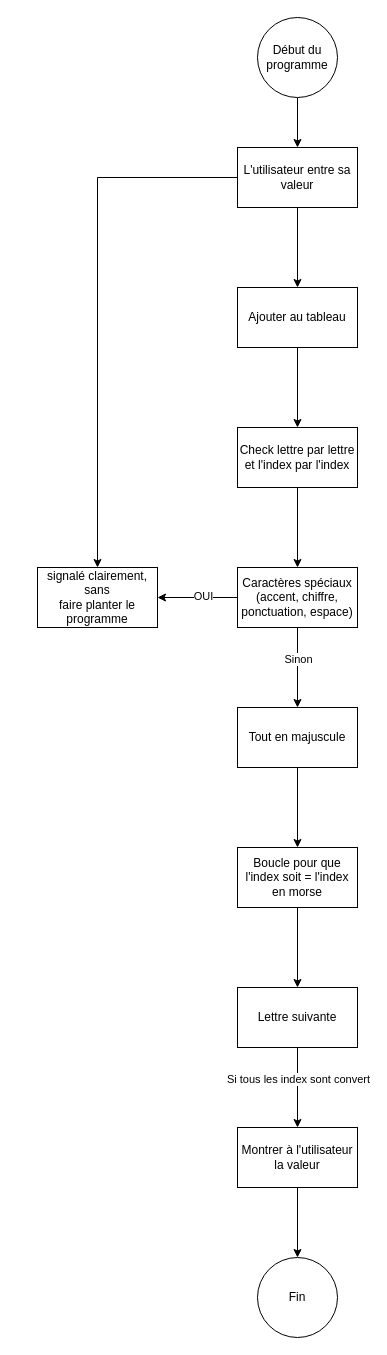
Agashae/P_114 keeps this draw.io diagram as P_114_Diagramme.drawio. Above is the earlier version. Source tidied: cells renumbered, new cells numbered last; positions are measured from the earlier drawing's top-left corner, leaving out a move shared by most shapes. Both pictures are drawn from the tidied source at 100%, with x=0, y=0 at pixel (37, 17).
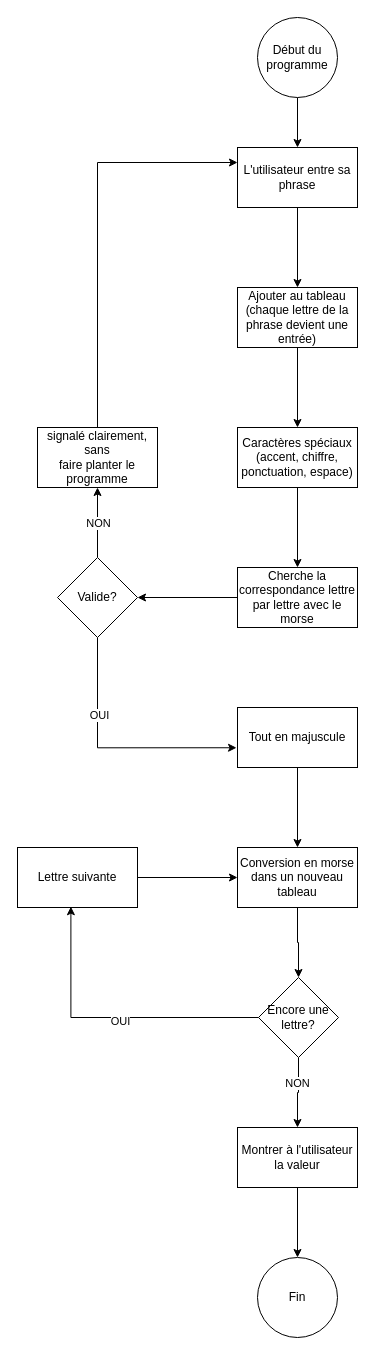
Above is the later version.

Unchanged cells that the change refers to:
```xml
<mxCell id="18" value="Tout en majuscule" style="whiteSpace=wrap;html=1;rounded=0;" parent="1" vertex="1">
  <mxGeometry x="200" y="690" width="120" height="60" as="geometry" />
</mxCell>
<mxCell id="25" value="Montrer à l'utilisateur la valeur" style="whiteSpace=wrap;html=1;rounded=0;" parent="1" vertex="1">
  <mxGeometry x="200" y="1110" width="120" height="60" as="geometry" />
</mxCell>
```

Diff of the diagram source:
```diff
@@
-    <mxCell id="5" style="edgeStyle=orthogonalEdgeStyle;rounded=0;jettySize=auto;html=1;" parent="1" edge="1" source="6" target="16">
-      <mxGeometry relative="1" as="geometry" />
-    </mxCell>
-    <mxCell id="6" value="L'utilisateur entre sa valeur" style="rounded=0;whiteSpace=wrap;html=1;" parent="1" vertex="1">
+    <mxCell id="6" value="L'utilisateur entre sa phrase" style="rounded=0;whiteSpace=wrap;html=1;" parent="1" vertex="1">
       <mxGeometry x="200" y="130" width="120" height="60" as="geometry" />
     </mxCell>
-    <mxCell id="7" style="edgeStyle=orthogonalEdgeStyle;rounded=0;jettySize=auto;html=1;" parent="1" edge="1" source="8" target="10">
-      <mxGeometry relative="1" as="geometry" />
-    </mxCell>
+    <mxCell id="27" style="edgeStyle=orthogonalEdgeStyle;rounded=0;jettySize=auto;html=1;" parent="1" edge="1" source="8" target="15">
+      <mxGeometry relative="1" as="geometry" />
+    </mxCell>
-    <mxCell id="8" value="Ajouter au tableau" style="whiteSpace=wrap;html=1;rounded=0;" parent="1" vertex="1">
+    <mxCell id="8" value="Ajouter au tableau (chaque lettre de la phrase devient une entrée)" style="whiteSpace=wrap;html=1;rounded=0;" parent="1" vertex="1">
       <mxGeometry x="200" y="270" width="120" height="60" as="geometry" />
     </mxCell>
-    <mxCell id="9" style="edgeStyle=orthogonalEdgeStyle;rounded=0;jettySize=auto;html=1;" parent="1" edge="1" source="10" target="15">
-      <mxGeometry relative="1" as="geometry" />
-    </mxCell>
+    <mxCell id="28" style="edgeStyle=orthogonalEdgeStyle;rounded=0;jettySize=auto;html=1;entryX=1;entryY=0.5;entryDx=0;entryDy=0;" parent="1" edge="1" source="10" target="37">
+      <mxGeometry relative="1" as="geometry" />
+    </mxCell>
-    <mxCell id="10" value="Check lettre par lettre et l'index par l'index" style="whiteSpace=wrap;html=1;rounded=0;" parent="1" vertex="1">
-      <mxGeometry x="200" y="410" width="120" height="60" as="geometry" />
+    <mxCell id="10" value="Cherche la correspondance lettre par lettre avec le morse" style="whiteSpace=wrap;html=1;rounded=0;" parent="1" vertex="1">
+      <mxGeometry x="200" y="550" width="120" height="60" as="geometry" />
     </mxCell>
-    <mxCell id="11" style="edgeStyle=orthogonalEdgeStyle;rounded=0;jettySize=auto;html=1;" parent="1" edge="1" source="15" target="16">
-      <mxGeometry relative="1" as="geometry" />
-    </mxCell>
-    <mxCell id="12" value="OUI" style="edgeLabel;html=1;align=center;verticalAlign=middle;" parent="11" vertex="1">
-      <mxGeometry x="-0.12" y="-2" relative="1" as="geometry" />
-    </mxCell>
-    <mxCell id="13" style="edgeStyle=orthogonalEdgeStyle;rounded=0;jettySize=auto;html=1;" parent="1" edge="1" source="15" target="18">
-      <mxGeometry relative="1" as="geometry" />
-    </mxCell>
-    <mxCell id="14" value="Sinon" style="edgeLabel;html=1;align=center;verticalAlign=middle;" parent="13" vertex="1">
-      <mxGeometry x="-0.22" relative="1" as="geometry" />
-    </mxCell>
+    <mxCell id="29" style="edgeStyle=orthogonalEdgeStyle;rounded=0;jettySize=auto;html=1;entryX=0.5;entryY=0;entryDx=0;entryDy=0;" parent="1" edge="1" source="15" target="10">
+      <mxGeometry relative="1" as="geometry" />
+    </mxCell>
     <mxCell id="15" value="Caractères spéciaux (accent, chiffre, ponctuation, espace)" style="whiteSpace=wrap;html=1;rounded=0;" parent="1" vertex="1">
-      <mxGeometry x="200" y="550" width="120" height="60" as="geometry" />
+      <mxGeometry x="200" y="410" width="120" height="60" as="geometry" />
     </mxCell>
+    <mxCell id="30" style="edgeStyle=orthogonalEdgeStyle;rounded=0;jettySize=auto;html=1;entryX=0;entryY=0.25;entryDx=0;entryDy=0;exitX=0.5;exitY=0;exitDx=0;exitDy=0;" parent="1" edge="1" source="16" target="6">
+      <mxGeometry relative="1" as="geometry" />
+    </mxCell>
     <mxCell id="16" value="signalé clairement, sans&lt;br/&gt;faire planter le programme" style="whiteSpace=wrap;html=1;rounded=0;" parent="1" vertex="1">
-      <mxGeometry y="550" width="120" height="60" as="geometry" />
+      <mxGeometry y="410" width="120" height="60" as="geometry" />
     </mxCell>
@@
-    <mxCell id="19" style="edgeStyle=orthogonalEdgeStyle;rounded=0;jettySize=auto;html=1;" parent="1" edge="1" source="20" target="23">
-      <mxGeometry relative="1" as="geometry" />
-    </mxCell>
+    <mxCell id="31" style="edgeStyle=orthogonalEdgeStyle;rounded=0;jettySize=auto;html=1;" parent="1" edge="1" source="20" target="40">
+      <mxGeometry relative="1" as="geometry" />
+    </mxCell>
-    <mxCell id="20" value="Boucle pour que l'index soit = l'index en morse" style="whiteSpace=wrap;html=1;rounded=0;" parent="1" vertex="1">
+    <mxCell id="20" value="Conversion en morse dans un nouveau tableau" style="whiteSpace=wrap;html=1;rounded=0;" parent="1" vertex="1">
       <mxGeometry x="200" y="830" width="120" height="60" as="geometry" />
     </mxCell>
-    <mxCell id="21" style="edgeStyle=orthogonalEdgeStyle;rounded=0;jettySize=auto;html=1;" parent="1" edge="1" source="23" target="25">
-      <mxGeometry relative="1" as="geometry" />
-    </mxCell>
-    <mxCell id="22" value="Si tous les index sont convert" style="edgeLabel;html=1;align=center;verticalAlign=middle;" parent="21" vertex="1">
-      <mxGeometry x="-0.23" relative="1" as="geometry" />
-    </mxCell>
+    <mxCell id="32" style="edgeStyle=orthogonalEdgeStyle;rounded=0;jettySize=auto;html=1;" parent="1" edge="1" source="23" target="20">
+      <mxGeometry relative="1" as="geometry" />
+    </mxCell>
     <mxCell id="23" value="Lettre suivante" style="whiteSpace=wrap;html=1;rounded=0;" parent="1" vertex="1">
-      <mxGeometry x="200" y="970" width="120" height="60" as="geometry" />
+      <mxGeometry x="-20" y="830" width="120" height="60" as="geometry" />
     </mxCell>
@@
+    <mxCell id="33" style="edgeStyle=orthogonalEdgeStyle;rounded=0;jettySize=auto;html=1;entryX=0.5;entryY=1;entryDx=0;entryDy=0;" parent="1" edge="1" source="37" target="16">
+      <mxGeometry relative="1" as="geometry" />
+    </mxCell>
+    <mxCell id="34" value="NON" style="edgeLabel;html=1;align=center;verticalAlign=middle;" parent="33" vertex="1">
+      <mxGeometry relative="1" as="geometry" />
+    </mxCell>
+    <mxCell id="35" style="edgeStyle=orthogonalEdgeStyle;rounded=0;jettySize=auto;html=1;exitX=0.5;exitY=1;exitDx=0;exitDy=0;entryX=-0.008;entryY=0.671;entryDx=0;entryDy=0;entryPerimeter=0;" parent="1" edge="1" source="37" target="18">
+      <mxGeometry relative="1" as="geometry" />
+    </mxCell>
+    <mxCell id="36" value="OUI" style="edgeLabel;html=1;align=center;verticalAlign=middle;" parent="35" vertex="1">
+      <mxGeometry x="-0.38" y="1" relative="1" as="geometry" />
+    </mxCell>
+    <mxCell id="37" value="Valide?" style="rhombus;whiteSpace=wrap;html=1;shapeInside=1;" parent="1" vertex="1">
+      <mxGeometry x="20" y="540" width="80" height="80" as="geometry" />
+    </mxCell>
+    <mxCell id="38" style="edgeStyle=orthogonalEdgeStyle;rounded=0;jettySize=auto;html=1;" parent="1" edge="1" source="40" target="25">
+      <mxGeometry relative="1" as="geometry" />
+    </mxCell>
+    <mxCell id="39" value="NON" style="edgeLabel;html=1;align=center;verticalAlign=middle;" parent="38" vertex="1">
+      <mxGeometry x="-0.3" y="-2" relative="1" as="geometry" />
+    </mxCell>
+    <mxCell id="40" value="Encore une lettre?" style="rhombus;whiteSpace=wrap;html=1;shapeInside=1;" parent="1" vertex="1">
+      <mxGeometry x="221" y="960" width="80" height="80" as="geometry" />
+    </mxCell>
+    <mxCell id="41" style="edgeStyle=orthogonalEdgeStyle;rounded=0;jettySize=auto;html=1;entryX=0.445;entryY=0.987;entryDx=0;entryDy=0;entryPerimeter=0;" parent="1" edge="1" source="40" target="23">
+      <mxGeometry relative="1" as="geometry" />
+    </mxCell>
+    <mxCell id="42" value="OUI" style="edgeLabel;html=1;align=center;verticalAlign=middle;" parent="41" vertex="1">
+      <mxGeometry x="-0.07" y="3" relative="1" as="geometry" />
+    </mxCell>
```
